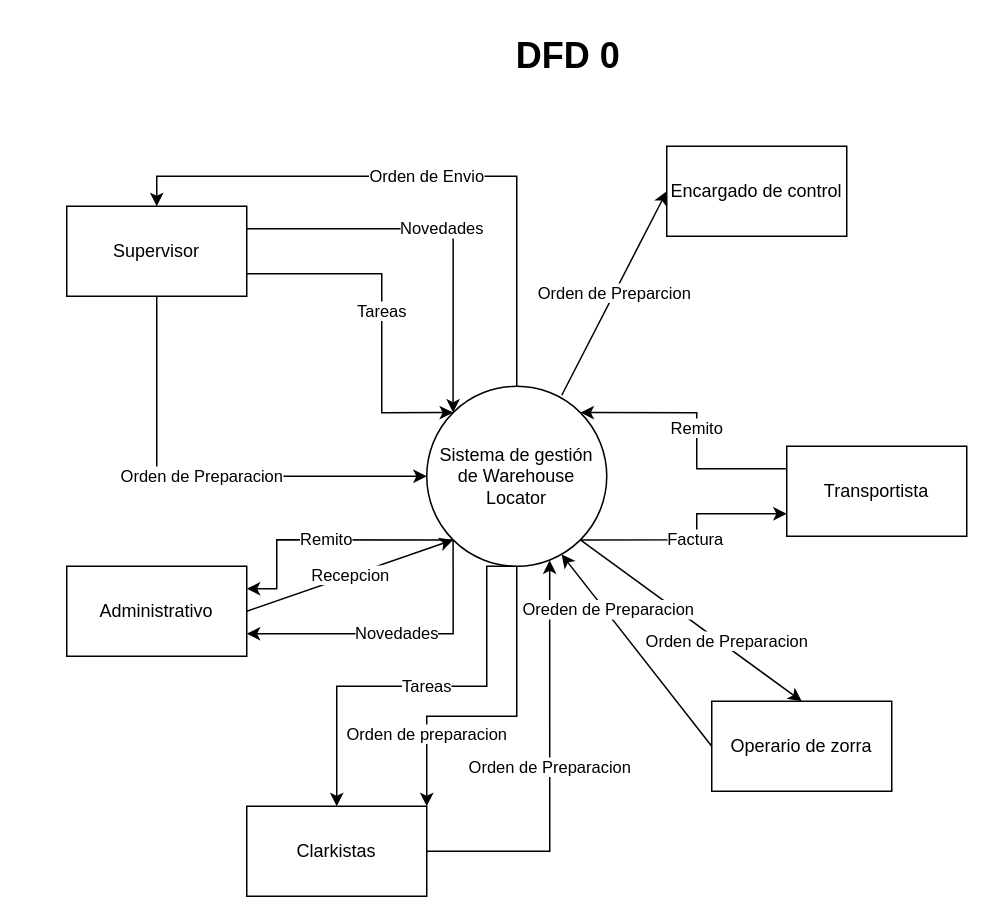
Earlier version of the draw.io diagram DFD_Integrador_MetII.drawio (JEOrellano/TUSI_MetII_Grupo12_DFD_Integrador). Source tidied: cells renumbered, new cells numbered last; positions are measured from the earlier drawing's top-left corner, leaving out a move shared by most shapes. Both pictures are drawn from the tidied source at 150%, with x=0, y=0 at pixel (66, 26).
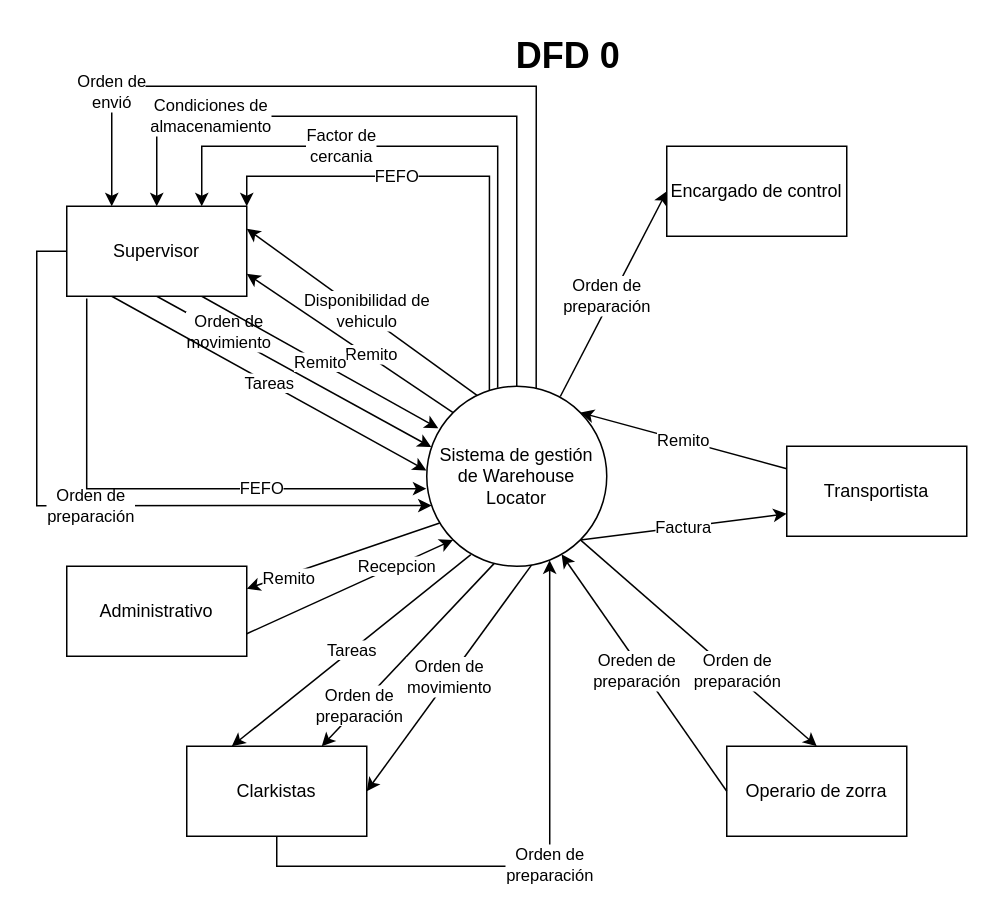
Above is the later version.

The change refers to these unchanged cells:
```xml
<mxCell id="10" value="&lt;font style=&quot;font-size: 12px;&quot;&gt;Sistema de gestión de Warehouse Locator&lt;/font&gt;" style="ellipse;whiteSpace=wrap;html=1;" parent="1" vertex="1">
  <mxGeometry x="240" y="240" width="120" height="120" as="geometry" />
</mxCell>
<mxCell id="14" value="Supervisor" style="rounded=0;whiteSpace=wrap;html=1;" parent="1" vertex="1">
  <mxGeometry y="120" width="120" height="60" as="geometry" />
</mxCell>
<mxCell id="16" value="Transportista" style="rounded=0;whiteSpace=wrap;html=1;" parent="1" vertex="1">
  <mxGeometry x="480" y="280" width="120" height="60" as="geometry" />
</mxCell>
<mxCell id="19" value="Administrativo" style="rounded=0;whiteSpace=wrap;html=1;" parent="1" vertex="1">
  <mxGeometry y="360" width="120" height="60" as="geometry" />
</mxCell>
<mxCell id="21" value="Encargado de control" style="rounded=0;whiteSpace=wrap;html=1;" parent="1" vertex="1">
  <mxGeometry x="400" y="80" width="120" height="60" as="geometry" />
</mxCell>
```

Diff of the diagram source:
```diff
@@
+    <mxCell id="25" value="Orden de&lt;br&gt;movimiento" style="rounded=0;jettySize=auto;html=1;exitX=0.5;exitY=1;exitDx=0;exitDy=0;entryX=0.025;entryY=0.338;entryDx=0;entryDy=0;entryPerimeter=0;" parent="1" edge="1" source="14" target="10">
+      <mxGeometry x="-0.48" y="2" relative="1" as="geometry" />
+    </mxCell>
+    <mxCell id="26" value="Disponibilidad de&lt;br&gt;vehiculo" style="rounded=0;jettySize=auto;html=1;exitX=0.289;exitY=0.058;exitDx=0;exitDy=0;entryX=1;entryY=0.25;entryDx=0;entryDy=0;exitPerimeter=0;" parent="1" edge="1" source="10" target="14">
+      <mxGeometry x="-0.02" y="-2" relative="1" as="geometry" />
+    </mxCell>
-    <mxCell id="2" value="Tareas" style="edgeStyle=orthogonalEdgeStyle;rounded=0;jettySize=auto;html=1;exitX=0.5;exitY=1;exitDx=0;exitDy=0;entryX=0.5;entryY=0;entryDx=0;entryDy=0;" parent="1" edge="1" source="10" target="20">
-      <mxGeometry relative="1" as="geometry">
-        <Array as="points">
-          <mxPoint x="280" y="360" />
-          <mxPoint x="280" y="440" />
-          <mxPoint x="180" y="440" />
-        </Array>
-      </mxGeometry>
+    <mxCell id="2" value="Tareas" style="rounded=0;jettySize=auto;html=1;exitX=0.245;exitY=0.935;exitDx=0;exitDy=0;entryX=0.25;entryY=0;entryDx=0;entryDy=0;exitPerimeter=0;" parent="1" edge="1" source="10" target="20">
+      <mxGeometry relative="1" as="geometry" />
     </mxCell>
-    <mxCell id="3" value="Novedades" style="rounded=0;jettySize=auto;html=1;exitX=0;exitY=1;exitDx=0;exitDy=0;entryX=1;entryY=0.75;entryDx=0;entryDy=0;edgeStyle=orthogonalEdgeStyle;" parent="1" edge="1" source="10" target="19">
-      <mxGeometry relative="1" as="geometry">
-        <Array as="points">
-          <mxPoint x="258" y="405" />
-        </Array>
-      </mxGeometry>
-    </mxCell>
-    <mxCell id="4" value="Remito" style="edgeStyle=orthogonalEdgeStyle;rounded=0;jettySize=auto;html=1;exitX=0;exitY=1;exitDx=0;exitDy=0;entryX=1;entryY=0.25;entryDx=0;entryDy=0;" parent="1" edge="1" source="10" target="19">
-      <mxGeometry relative="1" as="geometry">
-        <Array as="points">
-          <mxPoint x="140" y="342" />
-          <mxPoint x="140" y="375" />
-        </Array>
-      </mxGeometry>
+    <mxCell id="4" value="Remito" style="rounded=0;jettySize=auto;html=1;exitX=0.072;exitY=0.76;exitDx=0;exitDy=0;entryX=1;entryY=0.25;entryDx=0;entryDy=0;exitPerimeter=0;" parent="1" edge="1" source="10" target="19">
+      <mxGeometry x="0.57" y="2" relative="1" as="geometry" />
     </mxCell>
-    <mxCell id="5" value="Factura" style="edgeStyle=orthogonalEdgeStyle;rounded=0;jettySize=auto;html=1;exitX=1;exitY=1;exitDx=0;exitDy=0;entryX=0;entryY=0.75;entryDx=0;entryDy=0;" parent="1" edge="1" source="10" target="16">
+    <mxCell id="5" value="Factura" style="rounded=0;jettySize=auto;html=1;exitX=1;exitY=1;exitDx=0;exitDy=0;entryX=0;entryY=0.75;entryDx=0;entryDy=0;" parent="1" edge="1" source="10" target="16">
       <mxGeometry relative="1" as="geometry" />
     </mxCell>
-    <mxCell id="6" value="Orden de Envio" style="edgeStyle=orthogonalEdgeStyle;rounded=0;jettySize=auto;html=1;exitX=0.5;exitY=0;exitDx=0;exitDy=0;entryX=0.5;entryY=0;entryDx=0;entryDy=0;" parent="1" edge="1" source="10" target="14">
-      <mxGeometry relative="1" as="geometry" />
+    <mxCell id="6" value="Orden de&lt;br&gt;envió" style="edgeStyle=orthogonalEdgeStyle;rounded=0;jettySize=auto;html=1;exitX=0.608;exitY=0.011;exitDx=0;exitDy=0;entryX=0.25;entryY=0;entryDx=0;entryDy=0;exitPerimeter=0;" parent="1" edge="1" source="10" target="14">
+      <mxGeometry x="0.73" relative="1" as="geometry">
+        <Array as="points">
+          <mxPoint x="313" y="40" />
+          <mxPoint x="30" y="40" />
+        </Array>
+      </mxGeometry>
     </mxCell>
-    <mxCell id="7" value="Orden de Preparacion" style="rounded=0;jettySize=auto;html=1;exitX=1;exitY=1;exitDx=0;exitDy=0;entryX=0.5;entryY=0;entryDx=0;entryDy=0;" parent="1" edge="1" source="10" target="22">
+    <mxCell id="7" value="Orden de&lt;br&gt;preparación" style="rounded=0;jettySize=auto;html=1;exitX=1;exitY=1;exitDx=0;exitDy=0;entryX=0.5;entryY=0;entryDx=0;entryDy=0;" parent="1" edge="1" source="10" target="22">
       <mxGeometry x="0.3" y="3" relative="1" as="geometry" />
     </mxCell>
-    <mxCell id="8" value="Orden de preparacion" style="edgeStyle=orthogonalEdgeStyle;rounded=0;jettySize=auto;html=1;entryX=1;entryY=0;entryDx=0;entryDy=0;" parent="1" edge="1" target="20">
-      <mxGeometry x="0.56" relative="1" as="geometry">
-        <mxPoint x="300" y="360" as="sourcePoint" />
-        <Array as="points">
-          <mxPoint x="300" y="460" />
-          <mxPoint x="240" y="460" />
-        </Array>
-      </mxGeometry>
+    <mxCell id="8" value="Orden de&lt;br&gt;preparación" style="rounded=0;jettySize=auto;html=1;entryX=0.75;entryY=0;entryDx=0;entryDy=0;exitX=0.375;exitY=0.984;exitDx=0;exitDy=0;exitPerimeter=0;" parent="1" edge="1" source="10" target="20">
+      <mxGeometry x="0.56" relative="1" as="geometry" />
     </mxCell>
-    <mxCell id="9" value="Orden de Preparcion" style="rounded=0;jettySize=auto;html=1;exitX=0.75;exitY=0.05;exitDx=0;exitDy=0;entryX=0;entryY=0.5;entryDx=0;entryDy=0;exitPerimeter=0;" parent="1" edge="1" source="10" target="21">
-      <mxGeometry relative="1" as="geometry" />
+    <mxCell id="9" value="Orden de&lt;br&gt;preparación" style="rounded=0;jettySize=auto;html=1;exitX=0.742;exitY=0.057;exitDx=0;exitDy=0;entryX=0;entryY=0.5;entryDx=0;entryDy=0;exitPerimeter=0;" parent="1" edge="1" source="10" target="21">
+      <mxGeometry x="-0.05" y="4" relative="1" as="geometry">
+        <mxPoint x="1" as="offset" />
+      </mxGeometry>
     </mxCell>
+    <mxCell id="27" value="Remito" style="rounded=0;jettySize=auto;html=1;exitX=0;exitY=0;exitDx=0;exitDy=0;entryX=1;entryY=0.75;entryDx=0;entryDy=0;" parent="1" edge="1" source="10" target="14">
+      <mxGeometry x="-0.19" y="-2" relative="1" as="geometry" />
+    </mxCell>
+    <mxCell id="28" value="Orden de&lt;br&gt;movimiento" style="rounded=0;jettySize=auto;html=1;exitX=0.584;exitY=0.991;exitDx=0;exitDy=0;entryX=1;entryY=0.5;entryDx=0;entryDy=0;exitPerimeter=0;" parent="1" edge="1" source="10" target="20">
+      <mxGeometry relative="1" as="geometry" />
+    </mxCell>
+    <mxCell id="29" value="Condiciones de&lt;br&gt;almacenamiento" style="edgeStyle=orthogonalEdgeStyle;rounded=0;jettySize=auto;html=1;exitX=0.5;exitY=0;exitDx=0;exitDy=0;entryX=0.5;entryY=0;entryDx=0;entryDy=0;" parent="1" edge="1" source="10" target="14">
+      <mxGeometry x="0.6" relative="1" as="geometry">
+        <Array as="points">
+          <mxPoint x="300" y="60" />
+          <mxPoint x="60" y="60" />
+        </Array>
+      </mxGeometry>
+    </mxCell>
+    <mxCell id="30" value="Factor de&lt;br&gt;cercania" style="edgeStyle=orthogonalEdgeStyle;rounded=0;jettySize=auto;html=1;exitX=0.394;exitY=0.008;exitDx=0;exitDy=0;entryX=0.75;entryY=0;entryDx=0;entryDy=0;exitPerimeter=0;" parent="1" edge="1" source="10" target="14">
+      <mxGeometry x="0.33" relative="1" as="geometry">
+        <Array as="points">
+          <mxPoint x="287" y="80" />
+          <mxPoint x="90" y="80" />
+        </Array>
+      </mxGeometry>
+    </mxCell>
+    <mxCell id="31" value="FEFO" style="edgeStyle=orthogonalEdgeStyle;rounded=0;jettySize=auto;html=1;exitX=0.348;exitY=0.022;exitDx=0;exitDy=0;entryX=1;entryY=0;entryDx=0;entryDy=0;exitPerimeter=0;" parent="1" edge="1" source="10" target="14">
+      <mxGeometry x="0.26" relative="1" as="geometry">
+        <Array as="points">
+          <mxPoint x="282" y="100" />
+          <mxPoint x="120" y="100" />
+        </Array>
+      </mxGeometry>
+    </mxCell>
@@
-    <mxCell id="11" value="Novedades" style="edgeStyle=orthogonalEdgeStyle;rounded=0;jettySize=auto;html=1;exitX=1;exitY=0.25;exitDx=0;exitDy=0;entryX=0;entryY=0;entryDx=0;entryDy=0;" parent="1" edge="1" source="14" target="10">
+    <mxCell id="11" value="Remito" style="rounded=0;jettySize=auto;html=1;exitX=0.75;exitY=1;exitDx=0;exitDy=0;entryX=0.064;entryY=0.234;entryDx=0;entryDy=0;entryPerimeter=0;" parent="1" edge="1" source="14" target="10">
       <mxGeometry relative="1" as="geometry" />
     </mxCell>
-    <mxCell id="12" value="Tareas" style="edgeStyle=orthogonalEdgeStyle;rounded=0;jettySize=auto;html=1;exitX=1;exitY=0.75;exitDx=0;exitDy=0;entryX=0;entryY=0;entryDx=0;entryDy=0;" parent="1" edge="1" source="14" target="10">
-      <mxGeometry relative="1" as="geometry">
-        <Array as="points">
-          <mxPoint x="210" y="165" />
-          <mxPoint x="210" y="258" />
-        </Array>
-      </mxGeometry>
+    <mxCell id="12" value="Tareas" style="rounded=0;jettySize=auto;html=1;exitX=0.25;exitY=1;exitDx=0;exitDy=0;entryX=-0.002;entryY=0.468;entryDx=0;entryDy=0;entryPerimeter=0;" parent="1" edge="1" source="14" target="10">
+      <mxGeometry relative="1" as="geometry" />
     </mxCell>
-    <mxCell id="13" value="Orden de Preparacion" style="edgeStyle=orthogonalEdgeStyle;rounded=0;jettySize=auto;html=1;exitX=0.5;exitY=1;exitDx=0;exitDy=0;entryX=0;entryY=0.5;entryDx=0;entryDy=0;" parent="1" edge="1" source="14" target="10">
-      <mxGeometry relative="1" as="geometry" />
+    <mxCell id="13" value="Orden de&lt;br&gt;preparación" style="edgeStyle=orthogonalEdgeStyle;rounded=0;jettySize=auto;html=1;exitX=0;exitY=0.5;exitDx=0;exitDy=0;entryX=0.027;entryY=0.663;entryDx=0;entryDy=0;entryPerimeter=0;" parent="1" edge="1" source="14" target="10">
+      <mxGeometry relative="1" as="geometry">
+        <Array as="points">
+          <mxPoint x="-20" y="150" />
+          <mxPoint x="-20" y="320" />
+        </Array>
+      </mxGeometry>
     </mxCell>
@@
-    <mxCell id="15" value="Remito" style="edgeStyle=orthogonalEdgeStyle;rounded=0;jettySize=auto;html=1;exitX=0;exitY=0.25;exitDx=0;exitDy=0;entryX=1;entryY=0;entryDx=0;entryDy=0;" parent="1" edge="1" source="16" target="10">
+    <mxCell id="15" value="Remito" style="rounded=0;jettySize=auto;html=1;exitX=0;exitY=0.25;exitDx=0;exitDy=0;entryX=1;entryY=0;entryDx=0;entryDy=0;" parent="1" edge="1" source="16" target="10">
       <mxGeometry relative="1" as="geometry" />
     </mxCell>
@@
-    <mxCell id="18" value="Recepcion" style="rounded=0;jettySize=auto;html=1;exitX=1;exitY=0.5;exitDx=0;exitDy=0;entryX=0;entryY=1;entryDx=0;entryDy=0;" parent="1" edge="1" source="19" target="10">
-      <mxGeometry relative="1" as="geometry" />
+    <mxCell id="18" value="Recepcion" style="rounded=0;jettySize=auto;html=1;exitX=1;exitY=0.75;exitDx=0;exitDy=0;entryX=0;entryY=1;entryDx=0;entryDy=0;" parent="1" edge="1" source="19" target="10">
+      <mxGeometry x="0.45" relative="1" as="geometry">
+        <mxPoint y="1" as="offset" />
+      </mxGeometry>
     </mxCell>
@@
     <mxCell id="20" value="Clarkistas" style="rounded=0;whiteSpace=wrap;html=1;" parent="1" vertex="1">
-      <mxGeometry x="120" y="520" width="120" height="60" as="geometry" />
+      <mxGeometry x="80" y="480" width="120" height="60" as="geometry" />
     </mxCell>
@@
     <mxCell id="22" value="Operario de zorra" style="rounded=0;whiteSpace=wrap;html=1;" parent="1" vertex="1">
-      <mxGeometry x="430" y="450" width="120" height="60" as="geometry" />
+      <mxGeometry x="440" y="480" width="120" height="60" as="geometry" />
     </mxCell>
-    <mxCell id="23" value="Orden de Preparacion" style="edgeStyle=orthogonalEdgeStyle;rounded=0;jettySize=auto;html=1;exitX=1;exitY=0.5;exitDx=0;exitDy=0;entryX=0.683;entryY=0.967;entryDx=0;entryDy=0;entryPerimeter=0;" parent="1" edge="1" source="20" target="10">
+    <mxCell id="23" value="Orden de&lt;br&gt;preparación" style="edgeStyle=orthogonalEdgeStyle;rounded=0;jettySize=auto;html=1;exitX=0.5;exitY=1;exitDx=0;exitDy=0;entryX=0.683;entryY=0.967;entryDx=0;entryDy=0;entryPerimeter=0;" parent="1" edge="1" source="20" target="10">
       <mxGeometry relative="1" as="geometry" />
     </mxCell>
-    <mxCell id="24" value="Oreden de Preparacion" style="rounded=0;jettySize=auto;html=1;exitX=0;exitY=0.5;exitDx=0;exitDy=0;entryX=0.749;entryY=0.934;entryDx=0;entryDy=0;entryPerimeter=0;" parent="1" edge="1" source="22" target="10">
-      <mxGeometry x="0.4" y="-2" relative="1" as="geometry" />
+    <mxCell id="24" value="Oreden de&lt;br&gt;preparación" style="rounded=0;jettySize=auto;html=1;exitX=0;exitY=0.5;exitDx=0;exitDy=0;entryX=0.749;entryY=0.934;entryDx=0;entryDy=0;entryPerimeter=0;" parent="1" edge="1" source="22" target="10">
+      <mxGeometry x="0.04" y="3" relative="1" as="geometry" />
     </mxCell>
+    <mxCell id="32" value="FEFO" style="rounded=0;jettySize=auto;html=1;exitX=0.111;exitY=1.024;exitDx=0;exitDy=0;entryX=-0.002;entryY=0.569;entryDx=0;entryDy=0;entryPerimeter=0;edgeStyle=orthogonalEdgeStyle;exitPerimeter=0;" parent="1" edge="1" source="14" target="10">
+      <mxGeometry x="0.38" relative="1" as="geometry">
+        <Array as="points">
+          <mxPoint x="13" y="308" />
+        </Array>
+      </mxGeometry>
+    </mxCell>
```
